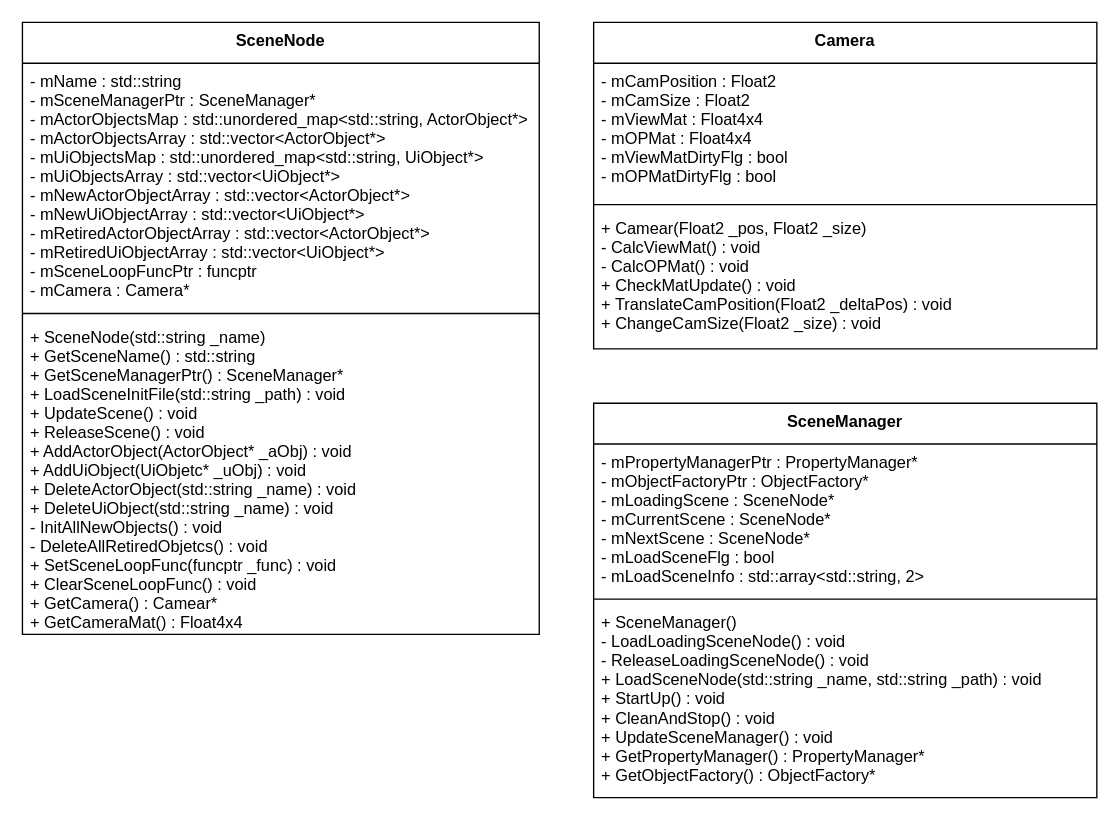
The draw.io diagram page "scene" (6 of 7) of MyNinDesign.drawio in HIBICUS-CAI/NinAtHome_OpenGL, before the edit. Source tidied: cells renumbered, new cells numbered last; positions are measured from the earlier drawing's top-left corner, leaving out a move shared by most shapes. Both pictures are drawn from the tidied source at 136%, with x=0, y=0 at pixel (22, 22).
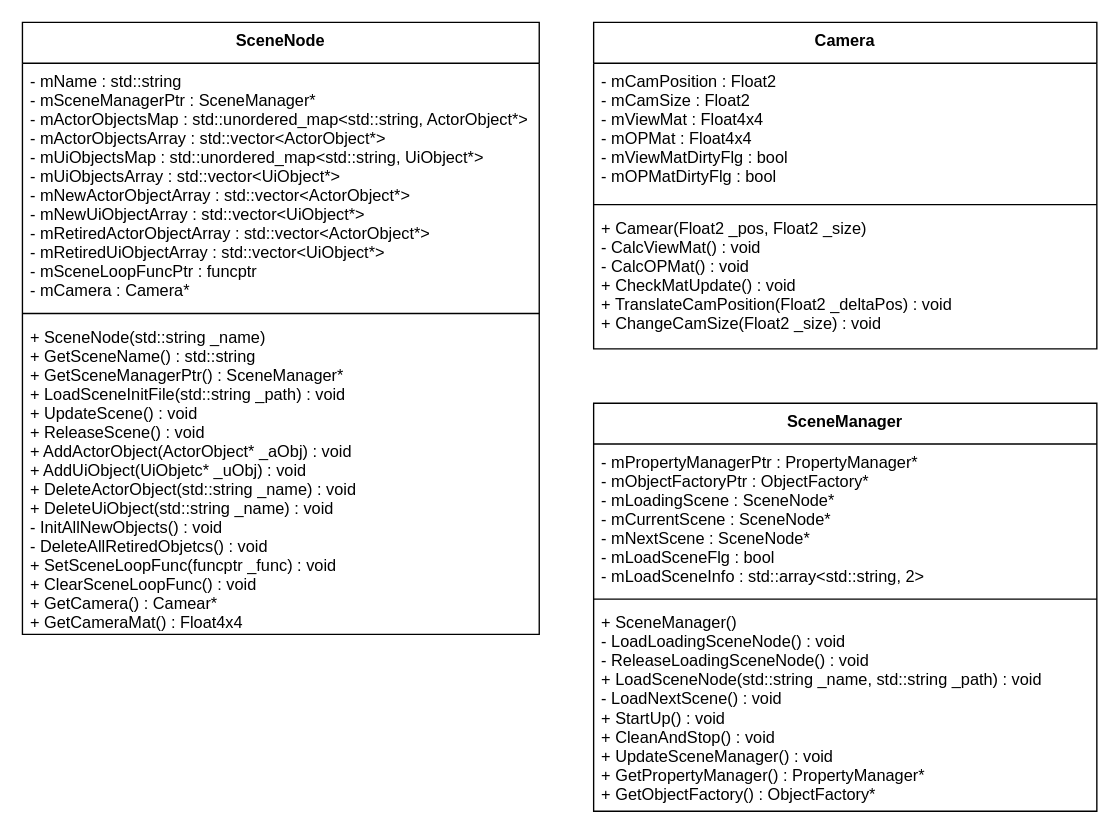
Above is the later version.

What changed in the source:
```diff
@@
 <mxGraphModel>
   <root>
     <mxCell id="0" />
     <mxCell id="1" parent="0" />
     <mxCell id="2" value="SceneNode" style="swimlane;fontStyle=1;align=center;verticalAlign=top;horizontal=1;startSize=30;" parent="1" vertex="1">
       <mxGeometry width="380" height="450" as="geometry" />
     </mxCell>
     <mxCell id="3" value="- mName : std::string&#10;- mSceneManagerPtr : SceneManager*&#10;- mActorObjectsMap : std::unordered_map&lt;std::string, ActorObject*&gt;&#10;- mActorObjectsArray : std::vector&lt;ActorObject*&gt;&#10;- mUiObjectsMap : std::unordered_map&lt;std::string, UiObject*&gt;&#10;- mUiObjectsArray : std::vector&lt;UiObject*&gt;&#10;- mNewActorObjectArray : std::vector&lt;ActorObject*&gt;&#10;- mNewUiObjectArray : std::vector&lt;UiObject*&gt;&#10;- mRetiredActorObjectArray : std::vector&lt;ActorObject*&gt;&#10;- mRetiredUiObjectArray : std::vector&lt;UiObject*&gt;&#10;- mSceneLoopFuncPtr : funcptr&#10;- mCamera : Camera*" style="text;strokeColor=none;fillColor=none;align=left;verticalAlign=top;spacingLeft=4;spacingRight=4;overflow=hidden;" parent="2" vertex="1">
       <mxGeometry y="30" width="380" height="180" as="geometry" />
     </mxCell>
     <mxCell id="4" style="line;strokeWidth=1;fillColor=none;align=left;verticalAlign=middle;spacingTop=-1;spacingLeft=3;spacingRight=3;labelPosition=right;" parent="2" vertex="1">
       <mxGeometry y="210" width="380" height="8" as="geometry" />
     </mxCell>
     <mxCell id="5" value="+ SceneNode(std::string _name)&#10;+ GetSceneName() : std::string&#10;+ GetSceneManagerPtr() : SceneManager*&#10;+ LoadSceneInitFile(std::string _path) : void&#10;+ UpdateScene() : void&#10;+ ReleaseScene() : void&#10;+ AddActorObject(ActorObject* _aObj) : void&#10;+ AddUiObject(UiObjetc* _uObj) : void&#10;+ DeleteActorObject(std::string _name) : void&#10;+ DeleteUiObject(std::string _name) : void&#10;- InitAllNewObjects() : void&#10;- DeleteAllRetiredObjetcs() : void&#10;+ SetSceneLoopFunc(funcptr _func) : void&#10;+ ClearSceneLoopFunc() : void&#10;+ GetCamera() : Camear*&#10;+ GetCameraMat() : Float4x4" style="text;strokeColor=none;fillColor=none;align=left;verticalAlign=top;spacingLeft=4;spacingRight=4;overflow=hidden;" parent="2" vertex="1">
       <mxGeometry y="218" width="380" height="232" as="geometry" />
     </mxCell>
     <mxCell id="6" value="Camera" style="swimlane;fontStyle=1;align=center;verticalAlign=top;horizontal=1;startSize=30;" parent="1" vertex="1">
       <mxGeometry x="420" width="370" height="240" as="geometry" />
     </mxCell>
     <mxCell id="7" value="- mCamPosition : Float2&#10;- mCamSize : Float2&#10;- mViewMat : Float4x4&#10;- mOPMat : Float4x4&#10;- mViewMatDirtyFlg : bool&#10;- mOPMatDirtyFlg : bool" style="text;strokeColor=none;fillColor=none;align=left;verticalAlign=top;spacingLeft=4;spacingRight=4;overflow=hidden;" parent="6" vertex="1">
       <mxGeometry y="30" width="370" height="100" as="geometry" />
     </mxCell>
     <mxCell id="8" style="line;strokeWidth=1;fillColor=none;align=left;verticalAlign=middle;spacingTop=-1;spacingLeft=3;spacingRight=3;labelPosition=right;" parent="6" vertex="1">
       <mxGeometry y="130" width="370" height="8" as="geometry" />
     </mxCell>
     <mxCell id="9" value="+ Camear(Float2 _pos, Float2 _size)&#10;- CalcViewMat() : void&#10;- CalcOPMat() : void&#10;+ CheckMatUpdate() : void&#10;+ TranslateCamPosition(Float2 _deltaPos) : void&#10;+ ChangeCamSize(Float2 _size) : void" style="text;strokeColor=none;fillColor=none;align=left;verticalAlign=top;spacingLeft=4;spacingRight=4;overflow=hidden;" parent="6" vertex="1">
       <mxGeometry y="138" width="370" height="102" as="geometry" />
     </mxCell>
     <mxCell id="10" value="SceneManager" style="swimlane;fontStyle=1;align=center;verticalAlign=top;horizontal=1;startSize=30;" parent="1" vertex="1">
-      <mxGeometry x="420" y="280" width="370" height="290" as="geometry" />
+      <mxGeometry x="420" y="280" width="370" height="300" as="geometry" />
     </mxCell>
     <mxCell id="11" value="- mPropertyManagerPtr : PropertyManager*&#10;- mObjectFactoryPtr : ObjectFactory*&#10;- mLoadingScene : SceneNode*&#10;- mCurrentScene : SceneNode*&#10;- mNextScene : SceneNode*&#10;- mLoadSceneFlg : bool&#10;- mLoadSceneInfo : std::array&lt;std::string, 2&gt;" style="text;strokeColor=none;fillColor=none;align=left;verticalAlign=top;spacingLeft=4;spacingRight=4;overflow=hidden;" parent="10" vertex="1">
       <mxGeometry y="30" width="370" height="110" as="geometry" />
     </mxCell>
     <mxCell id="12" style="line;strokeWidth=1;fillColor=none;align=left;verticalAlign=middle;spacingTop=-1;spacingLeft=3;spacingRight=3;labelPosition=right;" parent="10" vertex="1">
       <mxGeometry y="140" width="370" height="8" as="geometry" />
     </mxCell>
-    <mxCell id="13" value="+ SceneManager()&#10;- LoadLoadingSceneNode() : void&#10;- ReleaseLoadingSceneNode() : void&#10;+ LoadSceneNode(std::string _name, std::string _path) : void&#10;+ StartUp() : void&#10;+ CleanAndStop() : void&#10;+ UpdateSceneManager() : void&#10;+ GetPropertyManager() : PropertyManager*&#10;+ GetObjectFactory() : ObjectFactory*" style="text;strokeColor=none;fillColor=none;align=left;verticalAlign=top;spacingLeft=4;spacingRight=4;overflow=hidden;" parent="10" vertex="1">
-      <mxGeometry y="148" width="370" height="142" as="geometry" />
+    <mxCell id="13" value="+ SceneManager()&#10;- LoadLoadingSceneNode() : void&#10;- ReleaseLoadingSceneNode() : void&#10;+ LoadSceneNode(std::string _name, std::string _path) : void&#10;- LoadNextScene() : void&#10;+ StartUp() : void&#10;+ CleanAndStop() : void&#10;+ UpdateSceneManager() : void&#10;+ GetPropertyManager() : PropertyManager*&#10;+ GetObjectFactory() : ObjectFactory*" style="text;strokeColor=none;fillColor=none;align=left;verticalAlign=top;spacingLeft=4;spacingRight=4;overflow=hidden;" parent="10" vertex="1">
+      <mxGeometry y="148" width="370" height="152" as="geometry" />
     </mxCell>
   </root>
 </mxGraphModel>
```
